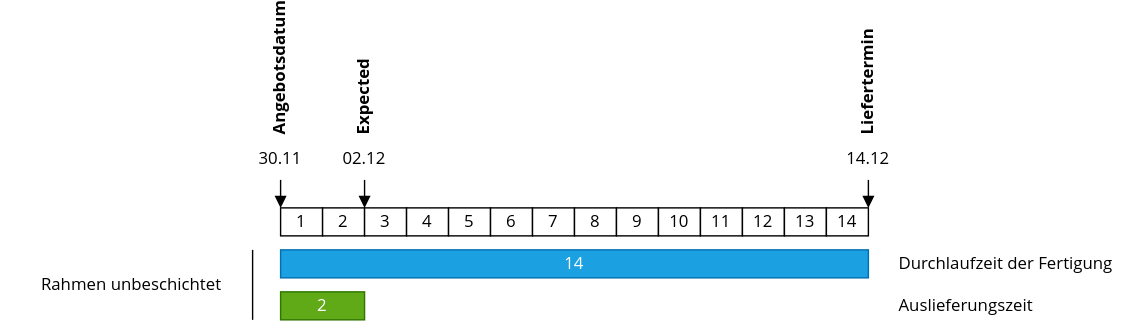
Earlier version of the draw.io export assets/Best Practice Definition Beispiel Fahrrad Lead Times Grafik.svg (Mint-System/Odoo-Wiki). Source tidied: cells renumbered, new cells last; positions are measured from the earlier drawing's top-left corner, leaving out a move shared by most shapes.
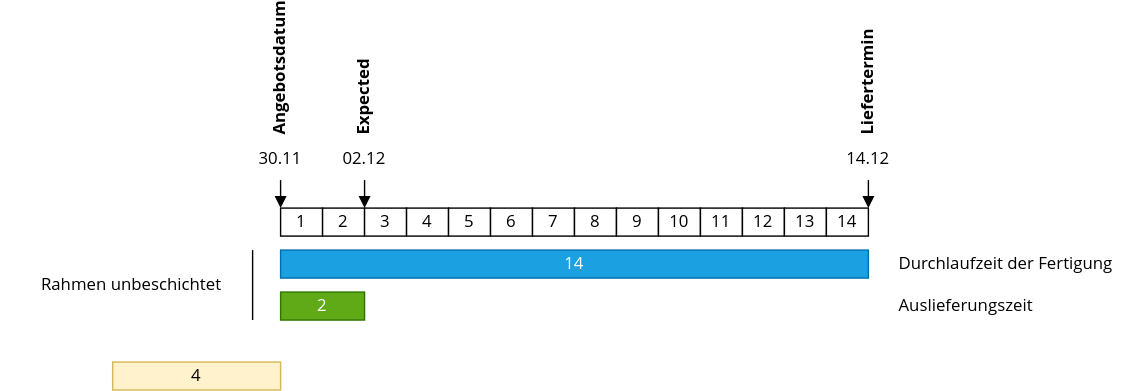
The same file after the commit.

Diff of the diagram source:
```diff
@@ -96,5 +96,8 @@
     <mxCell id="30" value="Angebotsdatum" style="text;html=1;strokeColor=none;fillColor=none;align=left;verticalAlign=middle;whiteSpace=wrap;rounded=0;fontFamily=Open Sans;fontStyle=1;horizontal=0;" parent="1" vertex="1">
       <mxGeometry x="190" width="20" height="90" as="geometry" />
     </mxCell>
+    <mxCell id="31" value="4" style="rounded=0;whiteSpace=wrap;html=1;fontFamily=Open Sans;fillColor=#fff2cc;strokeColor=#d6b656;" parent="1" vertex="1">
+      <mxGeometry x="80" y="250" width="120" height="20" as="geometry" />
+    </mxCell>
   </root>
 </mxGraphModel>
```
